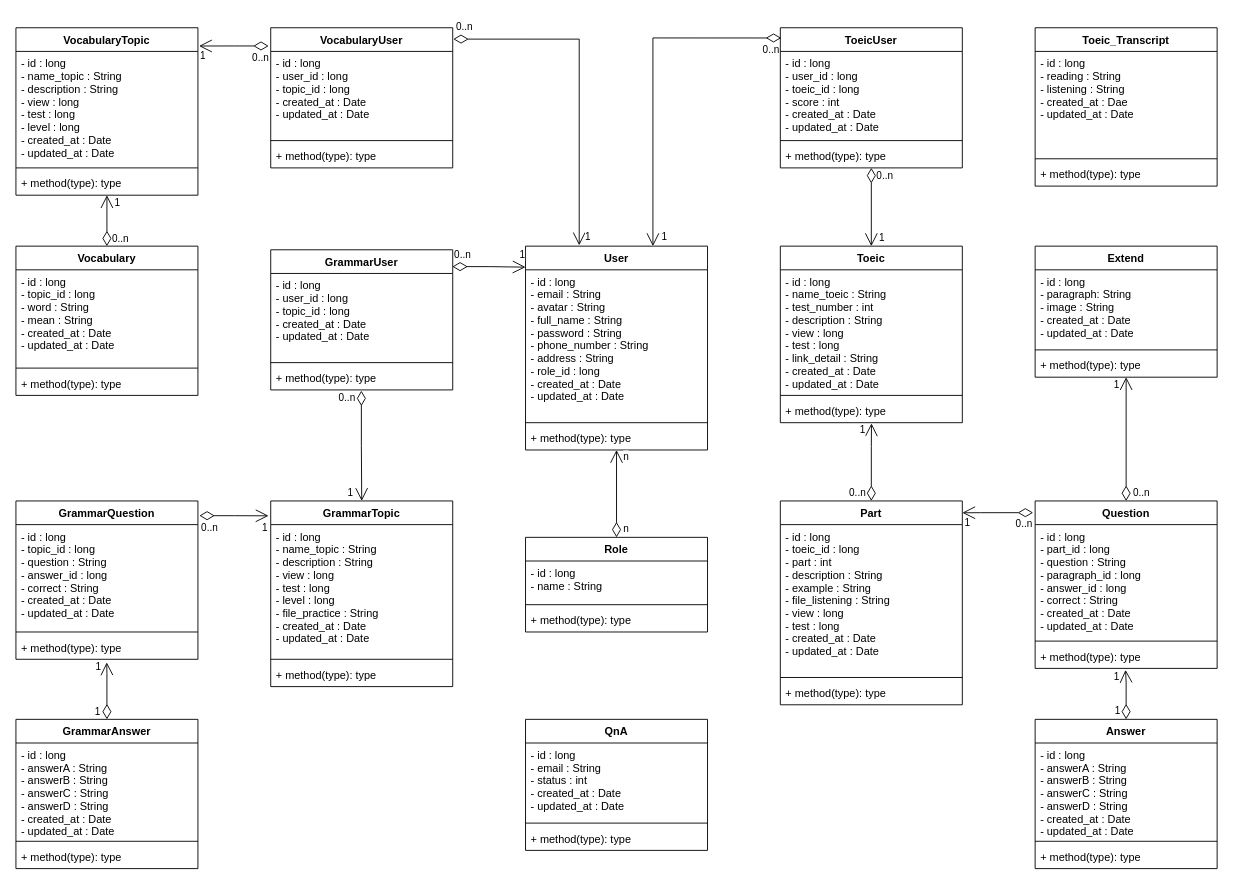
This is page "CD" (4 of 5) of ToeicTestProjectDiagram.drawio from KimOanh0310/ToeicTestProject, a draw.io file, before an edit. Source tidied: cells renumbered, new cells numbered last; positions are measured from the earlier drawing's top-left corner, leaving out a move shared by most shapes. Both pictures are drawn from the tidied source at 91%, with x=0, y=0 at pixel (15, 27).
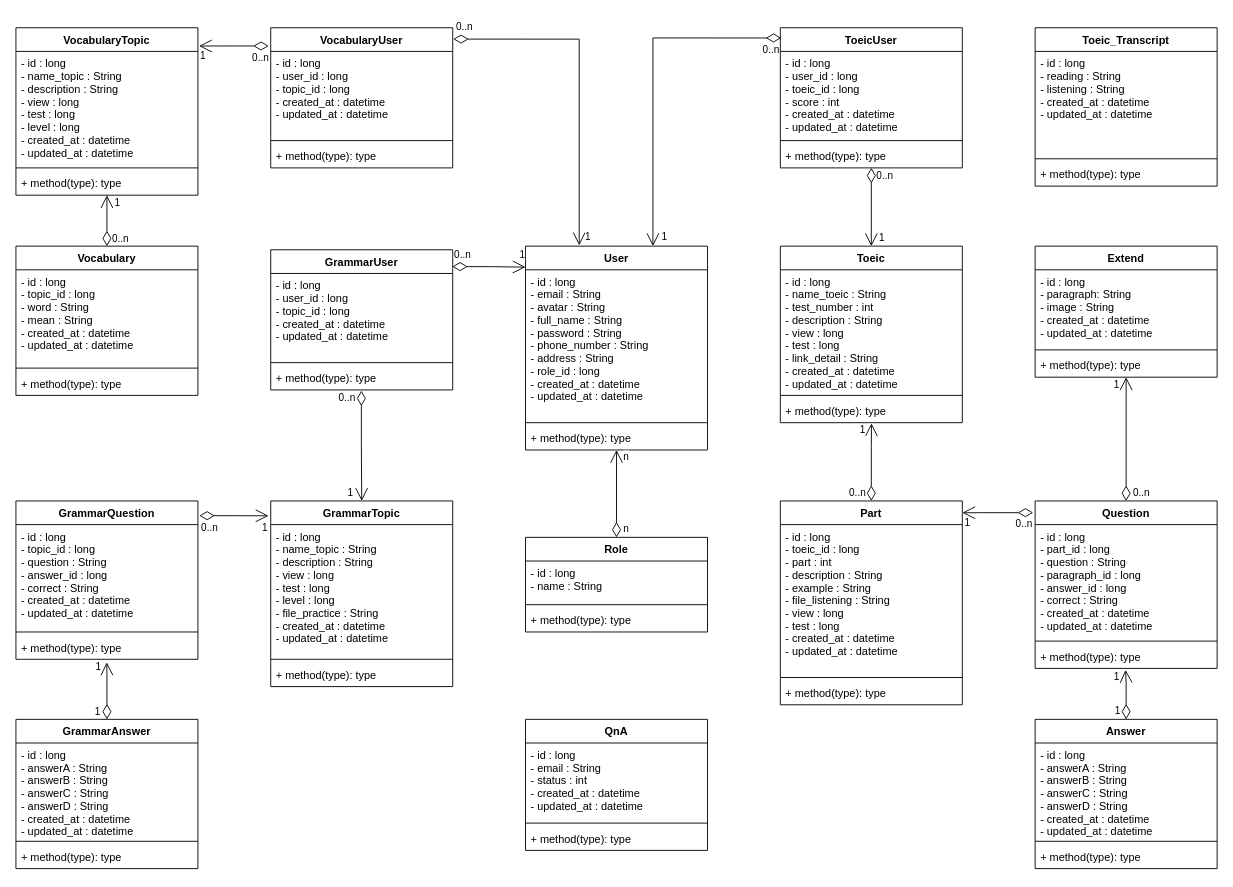
The same page after the edit.

The change refers to these unchanged cells:
```xml
<mxCell id="2" value="User" style="swimlane;fontStyle=1;align=center;verticalAlign=top;horizontal=1;startSize=26;glass=0;" parent="1" vertex="1">
  <mxGeometry x="560" y="240" width="200" height="224" as="geometry" />
</mxCell>
<mxCell id="10" value="VocabularyUser" style="swimlane;fontStyle=1;align=center;verticalAlign=top;horizontal=1;startSize=26;glass=0;" parent="1" vertex="1">
  <mxGeometry x="280" width="200" height="154" as="geometry" />
</mxCell>
<mxCell id="14" value="VocabularyTopic" style="swimlane;fontStyle=1;align=center;verticalAlign=top;horizontal=1;startSize=26;glass=0;" parent="1" vertex="1">
  <mxGeometry width="200" height="184" as="geometry" />
</mxCell>
<mxCell id="18" value="Vocabulary" style="swimlane;fontStyle=1;align=center;verticalAlign=top;horizontal=1;startSize=26;glass=0;" parent="1" vertex="1">
  <mxGeometry y="240" width="200" height="164" as="geometry" />
</mxCell>
<mxCell id="22" value="GrammarUser" style="swimlane;fontStyle=1;align=center;verticalAlign=top;horizontal=1;startSize=26;glass=0;" parent="1" vertex="1">
  <mxGeometry x="280" y="244" width="200" height="154" as="geometry" />
</mxCell>
<mxCell id="26" value="GrammarTopic" style="swimlane;fontStyle=1;align=center;verticalAlign=top;horizontal=1;startSize=26;glass=0;" parent="1" vertex="1">
  <mxGeometry x="280" y="520" width="200" height="204" as="geometry" />
</mxCell>
<mxCell id="30" value="GrammarQuestion" style="swimlane;fontStyle=1;align=center;verticalAlign=top;horizontal=1;startSize=26;glass=0;" parent="1" vertex="1">
  <mxGeometry y="520" width="200" height="174" as="geometry" />
</mxCell>
<mxCell id="34" value="QnA" style="swimlane;fontStyle=1;align=center;verticalAlign=top;horizontal=1;startSize=26;glass=0;" parent="1" vertex="1">
  <mxGeometry x="560" y="760" width="200" height="144" as="geometry" />
</mxCell>
<mxCell id="38" value="ToeicUser" style="swimlane;fontStyle=1;align=center;verticalAlign=top;horizontal=1;startSize=26;glass=0;" parent="1" vertex="1">
  <mxGeometry x="840" width="200" height="154" as="geometry" />
</mxCell>
<mxCell id="42" value="Toeic" style="swimlane;fontStyle=1;align=center;verticalAlign=top;horizontal=1;startSize=26;glass=0;" parent="1" vertex="1">
  <mxGeometry x="840" y="240" width="200" height="194" as="geometry" />
</mxCell>
<mxCell id="46" value="Part" style="swimlane;fontStyle=1;align=center;verticalAlign=top;horizontal=1;startSize=26;glass=0;" parent="1" vertex="1">
  <mxGeometry x="840" y="520" width="200" height="224" as="geometry" />
</mxCell>
<mxCell id="50" value="Toeic_Transcript" style="swimlane;fontStyle=1;align=center;verticalAlign=top;horizontal=1;startSize=26;glass=0;" parent="1" vertex="1">
  <mxGeometry x="1120" width="200" height="174" as="geometry" />
</mxCell>
<mxCell id="54" value="Question" style="swimlane;fontStyle=1;align=center;verticalAlign=top;horizontal=1;startSize=26;glass=0;" parent="1" vertex="1">
  <mxGeometry x="1120" y="520" width="200" height="184" as="geometry" />
</mxCell>
<mxCell id="76" value="GrammarAnswer" style="swimlane;fontStyle=1;align=center;verticalAlign=top;horizontal=1;startSize=26;" parent="1" vertex="1">
  <mxGeometry y="760" width="200" height="164" as="geometry" />
</mxCell>
<mxCell id="83" value="Extend" style="swimlane;fontStyle=1;align=center;verticalAlign=top;horizontal=1;startSize=26;glass=0;" parent="1" vertex="1">
  <mxGeometry x="1120" y="240" width="200" height="144" as="geometry" />
</mxCell>
<mxCell id="93" value="Answer" style="swimlane;fontStyle=1;align=center;verticalAlign=top;horizontal=1;startSize=26;" parent="1" vertex="1">
  <mxGeometry x="1120" y="760" width="200" height="164" as="geometry" />
</mxCell>
```

The edit, as a diff of the source:
```diff
@@
-    <mxCell id="3" value="- id : long&#10;- email : String&#10;- avatar : String&#10;- full_name : String&#10;- password : String&#10;- phone_number : String&#10;- address : String&#10;- role_id : long&#10;- created_at : Date&#10;- updated_at : Date" style="text;strokeColor=none;fillColor=none;align=left;verticalAlign=top;spacingLeft=4;spacingRight=4;overflow=hidden;" parent="2" vertex="1">
+    <mxCell id="3" value="- id : long&#10;- email : String&#10;- avatar : String&#10;- full_name : String&#10;- password : String&#10;- phone_number : String&#10;- address : String&#10;- role_id : long&#10;- created_at : datetime&#10;- updated_at : datetime" style="text;strokeColor=none;fillColor=none;align=left;verticalAlign=top;spacingLeft=4;spacingRight=4;overflow=hidden;" parent="2" vertex="1">
       <mxGeometry y="26" width="200" height="164" as="geometry" />
     </mxCell>
@@
-    <mxCell id="11" value="- id : long&#10;- user_id : long&#10;- topic_id : long&#10;- created_at : Date&#10;- updated_at : Date" style="text;strokeColor=none;fillColor=none;align=left;verticalAlign=top;spacingLeft=4;spacingRight=4;overflow=hidden;" parent="10" vertex="1">
+    <mxCell id="11" value="- id : long&#10;- user_id : long&#10;- topic_id : long&#10;- created_at : datetime&#10;- updated_at : datetime" style="text;strokeColor=none;fillColor=none;align=left;verticalAlign=top;spacingLeft=4;spacingRight=4;overflow=hidden;" parent="10" vertex="1">
       <mxGeometry y="26" width="200" height="94" as="geometry" />
     </mxCell>
@@
-    <mxCell id="15" value="- id : long&#10;- name_topic : String&#10;- description : String&#10;- view : long&#10;- test : long&#10;- level : long&#10;- created_at : Date&#10;- updated_at : Date" style="text;strokeColor=none;fillColor=none;align=left;verticalAlign=top;spacingLeft=4;spacingRight=4;overflow=hidden;" parent="14" vertex="1">
+    <mxCell id="15" value="- id : long&#10;- name_topic : String&#10;- description : String&#10;- view : long&#10;- test : long&#10;- level : long&#10;- created_at : datetime&#10;- updated_at : datetime" style="text;strokeColor=none;fillColor=none;align=left;verticalAlign=top;spacingLeft=4;spacingRight=4;overflow=hidden;" parent="14" vertex="1">
       <mxGeometry y="26" width="200" height="124" as="geometry" />
     </mxCell>
@@
-    <mxCell id="19" value="- id : long&#10;- topic_id : long&#10;- word : String&#10;- mean : String&#10;- created_at : Date&#10;- updated_at : Date" style="text;strokeColor=none;fillColor=none;align=left;verticalAlign=top;spacingLeft=4;spacingRight=4;overflow=hidden;" parent="18" vertex="1">
+    <mxCell id="19" value="- id : long&#10;- topic_id : long&#10;- word : String&#10;- mean : String&#10;- created_at : datetime&#10;- updated_at : datetime" style="text;strokeColor=none;fillColor=none;align=left;verticalAlign=top;spacingLeft=4;spacingRight=4;overflow=hidden;" parent="18" vertex="1">
       <mxGeometry y="26" width="200" height="104" as="geometry" />
     </mxCell>
@@
-    <mxCell id="23" value="- id : long&#10;- user_id : long&#10;- topic_id : long&#10;- created_at : Date&#10;- updated_at : Date" style="text;strokeColor=none;fillColor=none;align=left;verticalAlign=top;spacingLeft=4;spacingRight=4;overflow=hidden;" parent="22" vertex="1">
+    <mxCell id="23" value="- id : long&#10;- user_id : long&#10;- topic_id : long&#10;- created_at : datetime&#10;- updated_at : datetime" style="text;strokeColor=none;fillColor=none;align=left;verticalAlign=top;spacingLeft=4;spacingRight=4;overflow=hidden;" parent="22" vertex="1">
       <mxGeometry y="26" width="200" height="94" as="geometry" />
     </mxCell>
@@
-    <mxCell id="27" value="- id : long&#10;- name_topic : String&#10;- description : String&#10;- view : long&#10;- test : long&#10;- level : long&#10;- file_practice : String&#10;- created_at : Date&#10;- updated_at : Date" style="text;strokeColor=none;fillColor=none;align=left;verticalAlign=top;spacingLeft=4;spacingRight=4;overflow=hidden;" parent="26" vertex="1">
+    <mxCell id="27" value="- id : long&#10;- name_topic : String&#10;- description : String&#10;- view : long&#10;- test : long&#10;- level : long&#10;- file_practice : String&#10;- created_at : datetime&#10;- updated_at : datetime" style="text;strokeColor=none;fillColor=none;align=left;verticalAlign=top;spacingLeft=4;spacingRight=4;overflow=hidden;" parent="26" vertex="1">
       <mxGeometry y="26" width="200" height="144" as="geometry" />
     </mxCell>
@@
-    <mxCell id="31" value="- id : long&#10;- topic_id : long&#10;- question : String&#10;- answer_id : long&#10;- correct : String&#10;- created_at : Date&#10;- updated_at : Date" style="text;strokeColor=none;fillColor=none;align=left;verticalAlign=top;spacingLeft=4;spacingRight=4;overflow=hidden;" parent="30" vertex="1">
+    <mxCell id="31" value="- id : long&#10;- topic_id : long&#10;- question : String&#10;- answer_id : long&#10;- correct : String&#10;- created_at : datetime&#10;- updated_at : datetime" style="text;strokeColor=none;fillColor=none;align=left;verticalAlign=top;spacingLeft=4;spacingRight=4;overflow=hidden;" parent="30" vertex="1">
       <mxGeometry y="26" width="200" height="114" as="geometry" />
     </mxCell>
@@
-    <mxCell id="35" value="- id : long&#10;- email : String&#10;- status : int&#10;- created_at : Date&#10;- updated_at : Date" style="text;strokeColor=none;fillColor=none;align=left;verticalAlign=top;spacingLeft=4;spacingRight=4;overflow=hidden;" parent="34" vertex="1">
+    <mxCell id="35" value="- id : long&#10;- email : String&#10;- status : int&#10;- created_at : datetime&#10;- updated_at : datetime" style="text;strokeColor=none;fillColor=none;align=left;verticalAlign=top;spacingLeft=4;spacingRight=4;overflow=hidden;" parent="34" vertex="1">
       <mxGeometry y="26" width="200" height="84" as="geometry" />
     </mxCell>
@@
-    <mxCell id="39" value="- id : long&#10;- user_id : long&#10;- toeic_id : long&#10;- score : int&#10;- created_at : Date&#10;- updated_at : Date" style="text;strokeColor=none;fillColor=none;align=left;verticalAlign=top;spacingLeft=4;spacingRight=4;overflow=hidden;" parent="38" vertex="1">
+    <mxCell id="39" value="- id : long&#10;- user_id : long&#10;- toeic_id : long&#10;- score : int&#10;- created_at : datetime&#10;- updated_at : datetime" style="text;strokeColor=none;fillColor=none;align=left;verticalAlign=top;spacingLeft=4;spacingRight=4;overflow=hidden;" parent="38" vertex="1">
       <mxGeometry y="26" width="200" height="94" as="geometry" />
     </mxCell>
@@
-    <mxCell id="43" value="- id : long&#10;- name_toeic : String&#10;- test_number : int&#10;- description : String&#10;- view : long&#10;- test : long&#10;- link_detail : String&#10;- created_at : Date&#10;- updated_at : Date" style="text;strokeColor=none;fillColor=none;align=left;verticalAlign=top;spacingLeft=4;spacingRight=4;overflow=hidden;" parent="42" vertex="1">
+    <mxCell id="43" value="- id : long&#10;- name_toeic : String&#10;- test_number : int&#10;- description : String&#10;- view : long&#10;- test : long&#10;- link_detail : String&#10;- created_at : datetime&#10;- updated_at : datetime" style="text;strokeColor=none;fillColor=none;align=left;verticalAlign=top;spacingLeft=4;spacingRight=4;overflow=hidden;" parent="42" vertex="1">
       <mxGeometry y="26" width="200" height="134" as="geometry" />
     </mxCell>
@@
-    <mxCell id="47" value="- id : long&#10;- toeic_id : long&#10;- part : int&#10;- description : String&#10;- example : String&#10;- file_listening : String&#10;- view : long&#10;- test : long&#10;- created_at : Date&#10;- updated_at : Date" style="text;strokeColor=none;fillColor=none;align=left;verticalAlign=top;spacingLeft=4;spacingRight=4;overflow=hidden;" parent="46" vertex="1">
+    <mxCell id="47" value="- id : long&#10;- toeic_id : long&#10;- part : int&#10;- description : String&#10;- example : String&#10;- file_listening : String&#10;- view : long&#10;- test : long&#10;- created_at : datetime&#10;- updated_at : datetime" style="text;strokeColor=none;fillColor=none;align=left;verticalAlign=top;spacingLeft=4;spacingRight=4;overflow=hidden;" parent="46" vertex="1">
       <mxGeometry y="26" width="200" height="164" as="geometry" />
     </mxCell>
@@
-    <mxCell id="51" value="- id : long&#10;- reading : String&#10;- listening : String&#10;- created_at : Dae&#10;- updated_at : Date&#10;" style="text;strokeColor=none;fillColor=none;align=left;verticalAlign=top;spacingLeft=4;spacingRight=4;overflow=hidden;" parent="50" vertex="1">
+    <mxCell id="51" value="- id : long&#10;- reading : String&#10;- listening : String&#10;- created_at : datetime&#10;- updated_at : datetime&#10;" style="text;strokeColor=none;fillColor=none;align=left;verticalAlign=top;spacingLeft=4;spacingRight=4;overflow=hidden;" parent="50" vertex="1">
       <mxGeometry y="26" width="200" height="114" as="geometry" />
     </mxCell>
@@
-    <mxCell id="55" value="- id : long&#10;- part_id : long&#10;- question : String&#10;- paragraph_id : long&#10;- answer_id : long&#10;- correct : String&#10;- created_at : Date&#10;- updated_at : Date" style="text;strokeColor=none;fillColor=none;align=left;verticalAlign=top;spacingLeft=4;spacingRight=4;overflow=hidden;" parent="54" vertex="1">
+    <mxCell id="55" value="- id : long&#10;- part_id : long&#10;- question : String&#10;- paragraph_id : long&#10;- answer_id : long&#10;- correct : String&#10;- created_at : datetime&#10;- updated_at : datetime" style="text;strokeColor=none;fillColor=none;align=left;verticalAlign=top;spacingLeft=4;spacingRight=4;overflow=hidden;" parent="54" vertex="1">
       <mxGeometry y="26" width="200" height="124" as="geometry" />
     </mxCell>
@@
-    <mxCell id="77" value="- id : long&#10;- answerA : String&#10;- answerB : String&#10;- answerC : String&#10;- answerD : String&#10;- created_at : Date&#10;- updated_at : Date" style="text;strokeColor=none;fillColor=none;align=left;verticalAlign=top;spacingLeft=4;spacingRight=4;overflow=hidden;" parent="76" vertex="1">
+    <mxCell id="77" value="- id : long&#10;- answerA : String&#10;- answerB : String&#10;- answerC : String&#10;- answerD : String&#10;- created_at : datetime&#10;- updated_at : datetime" style="text;strokeColor=none;fillColor=none;align=left;verticalAlign=top;spacingLeft=4;spacingRight=4;overflow=hidden;" parent="76" vertex="1">
       <mxGeometry y="26" width="200" height="104" as="geometry" />
     </mxCell>
@@
-    <mxCell id="84" value="- id : long&#10;- paragraph: String&#10;- image : String&#10;- created_at : Date&#10;- updated_at : Date" style="text;strokeColor=none;fillColor=none;align=left;verticalAlign=top;spacingLeft=4;spacingRight=4;overflow=hidden;" parent="83" vertex="1">
+    <mxCell id="84" value="- id : long&#10;- paragraph: String&#10;- image : String&#10;- created_at : datetime&#10;- updated_at : datetime" style="text;strokeColor=none;fillColor=none;align=left;verticalAlign=top;spacingLeft=4;spacingRight=4;overflow=hidden;" parent="83" vertex="1">
       <mxGeometry y="26" width="200" height="84" as="geometry" />
     </mxCell>
@@
-    <mxCell id="94" value="- id : long&#10;- answerA : String&#10;- answerB : String&#10;- answerC : String&#10;- answerD : String&#10;- created_at : Date&#10;- updated_at : Date" style="text;strokeColor=none;fillColor=none;align=left;verticalAlign=top;spacingLeft=4;spacingRight=4;overflow=hidden;" parent="93" vertex="1">
+    <mxCell id="94" value="- id : long&#10;- answerA : String&#10;- answerB : String&#10;- answerC : String&#10;- answerD : String&#10;- created_at : datetime&#10;- updated_at : datetime" style="text;strokeColor=none;fillColor=none;align=left;verticalAlign=top;spacingLeft=4;spacingRight=4;overflow=hidden;" parent="93" vertex="1">
       <mxGeometry y="26" width="200" height="104" as="geometry" />
     </mxCell>
```
